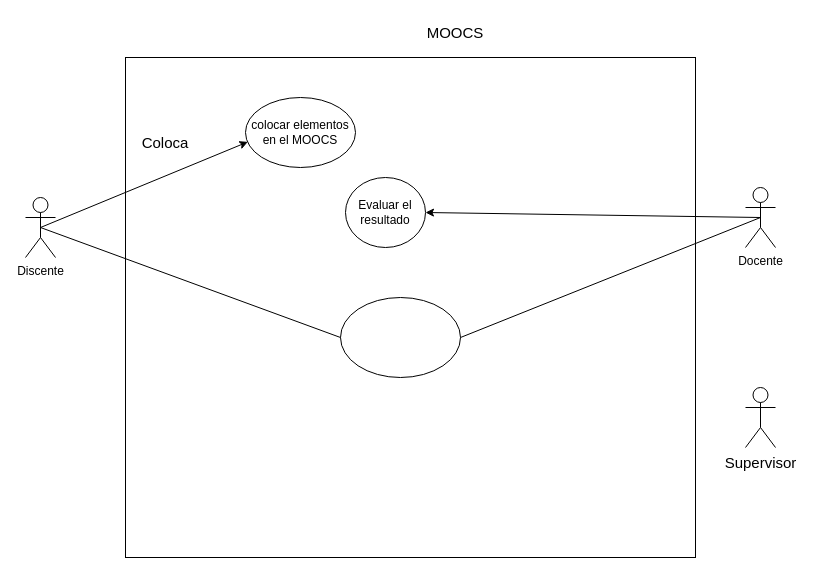
techwolfd/developers keeps this draw.io diagram as caso uso.drawio. Above is the earlier version. Source tidied: cells renumbered, new cells numbered last; positions are measured from the earlier drawing's top-left corner, leaving out a move shared by most shapes. Both pictures are drawn from the tidied source at 100%, with x=0, y=0 at pixel (25, 17).
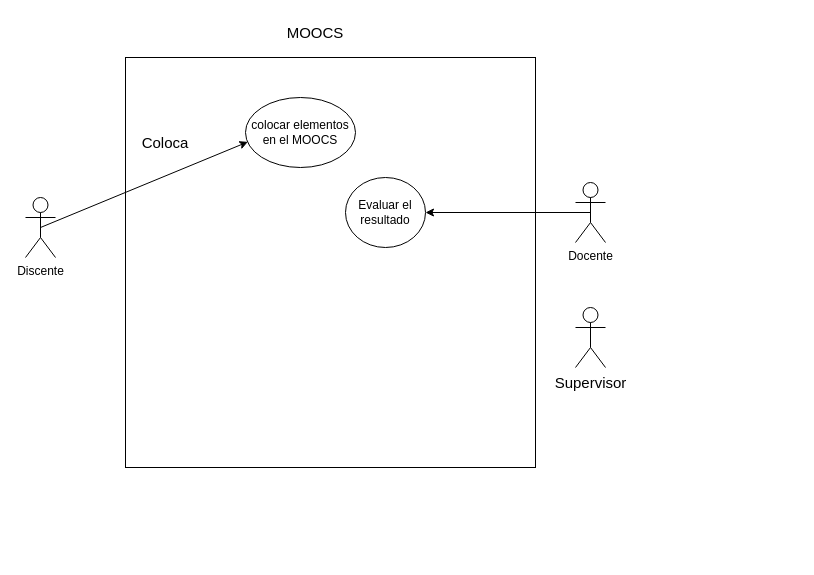
The same page after the edit.

Diff of the diagram source:
```diff
@@
 <mxGraphModel>
   <root>
     <mxCell id="0" />
     <mxCell id="1" parent="0" />
     <mxCell id="2" style="rounded=0;whiteSpace=wrap;html=1;fontSize=15;" parent="1" vertex="1">
-      <mxGeometry x="100" y="40" width="570" height="500" as="geometry" />
+      <mxGeometry x="100" y="40" width="410" height="410" as="geometry" />
     </mxCell>
     <mxCell id="3" value="Discente" style="shape=umlActor;verticalLabelPosition=bottom;verticalAlign=top;html=1;outlineConnect=0;" parent="1" vertex="1">
       <mxGeometry y="180" width="30" height="60" as="geometry" />
     </mxCell>
     <mxCell id="4" value="Docente" style="shape=umlActor;verticalLabelPosition=bottom;verticalAlign=top;html=1;outlineConnect=0;" parent="1" vertex="1">
-      <mxGeometry x="720" y="170" width="30" height="60" as="geometry" />
+      <mxGeometry x="550" y="165" width="30" height="60" as="geometry" />
     </mxCell>
     <mxCell id="5" value="colocar elementos en el MOOCS" style="ellipse;whiteSpace=wrap;html=1;" parent="1" vertex="1">
       <mxGeometry x="220" y="80" width="110" height="70" as="geometry" />
     </mxCell>
     <mxCell id="6" value="Evaluar el resultado" style="ellipse;whiteSpace=wrap;html=1;" parent="1" vertex="1">
       <mxGeometry x="320" y="160" width="80" height="70" as="geometry" />
     </mxCell>
-    <mxCell id="7" style="ellipse;whiteSpace=wrap;html=1;" parent="1" vertex="1">
-      <mxGeometry x="315" y="280" width="120" height="80" as="geometry" />
-    </mxCell>
     <mxCell id="8" value="&lt;font style=&quot;font-size: 15px&quot;&gt;MOOCS&lt;/font&gt;" style="text;html=1;strokeColor=none;fillColor=none;align=center;verticalAlign=middle;whiteSpace=wrap;rounded=0;" parent="1" vertex="1">
-      <mxGeometry x="400" width="60" height="30" as="geometry" />
+      <mxGeometry x="260" width="60" height="30" as="geometry" />
     </mxCell>
-    <mxCell id="9" style="endArrow=none;html=1;rounded=0;fontSize=15;entryX=0;entryY=0.5;entryDx=0;entryDy=0;exitX=0.5;exitY=0.5;exitDx=0;exitDy=0;exitPerimeter=0;" parent="1" edge="1" source="3" target="7">
-      <mxGeometry relative="1" as="geometry" />
-    </mxCell>
     <mxCell id="10" value="Supervisor" style="shape=umlActor;verticalLabelPosition=bottom;verticalAlign=top;html=1;fontSize=15;" parent="1" vertex="1">
-      <mxGeometry x="720" y="370" width="30" height="60" as="geometry" />
+      <mxGeometry x="550" y="290" width="30" height="60" as="geometry" />
     </mxCell>
-    <mxCell id="11" style="endArrow=none;html=1;rounded=0;fontSize=15;exitX=1;exitY=0.5;exitDx=0;exitDy=0;entryX=0.5;entryY=0.5;entryDx=0;entryDy=0;entryPerimeter=0;" parent="1" edge="1" source="7" target="4">
-      <mxGeometry relative="1" as="geometry" />
-    </mxCell>
     <mxCell id="12" value="Coloca" style="text;html=1;strokeColor=none;fillColor=none;align=center;verticalAlign=middle;whiteSpace=wrap;rounded=0;fontSize=15;" parent="1" vertex="1">
       <mxGeometry x="110" y="110" width="60" height="30" as="geometry" />
     </mxCell>
     <mxCell id="13" style="endArrow=classic;html=1;rounded=0;fontSize=15;fontColor=none;strokeColor=default;exitX=0.5;exitY=0.5;exitDx=0;exitDy=0;exitPerimeter=0;entryX=1;entryY=0.5;entryDx=0;entryDy=0;" parent="1" edge="1" source="4" target="6">
       <mxGeometry relative="1" as="geometry" />
     </mxCell>
     <mxCell id="14" style="endArrow=classic;html=1;rounded=0;fontSize=15;fontColor=none;strokeColor=default;exitX=0.5;exitY=0.5;exitDx=0;exitDy=0;exitPerimeter=0;entryX=0.022;entryY=0.634;entryDx=0;entryDy=0;entryPerimeter=0;" parent="1" edge="1" source="3" target="5">
       <mxGeometry relative="1" as="geometry" />
     </mxCell>
   </root>
 </mxGraphModel>
```
